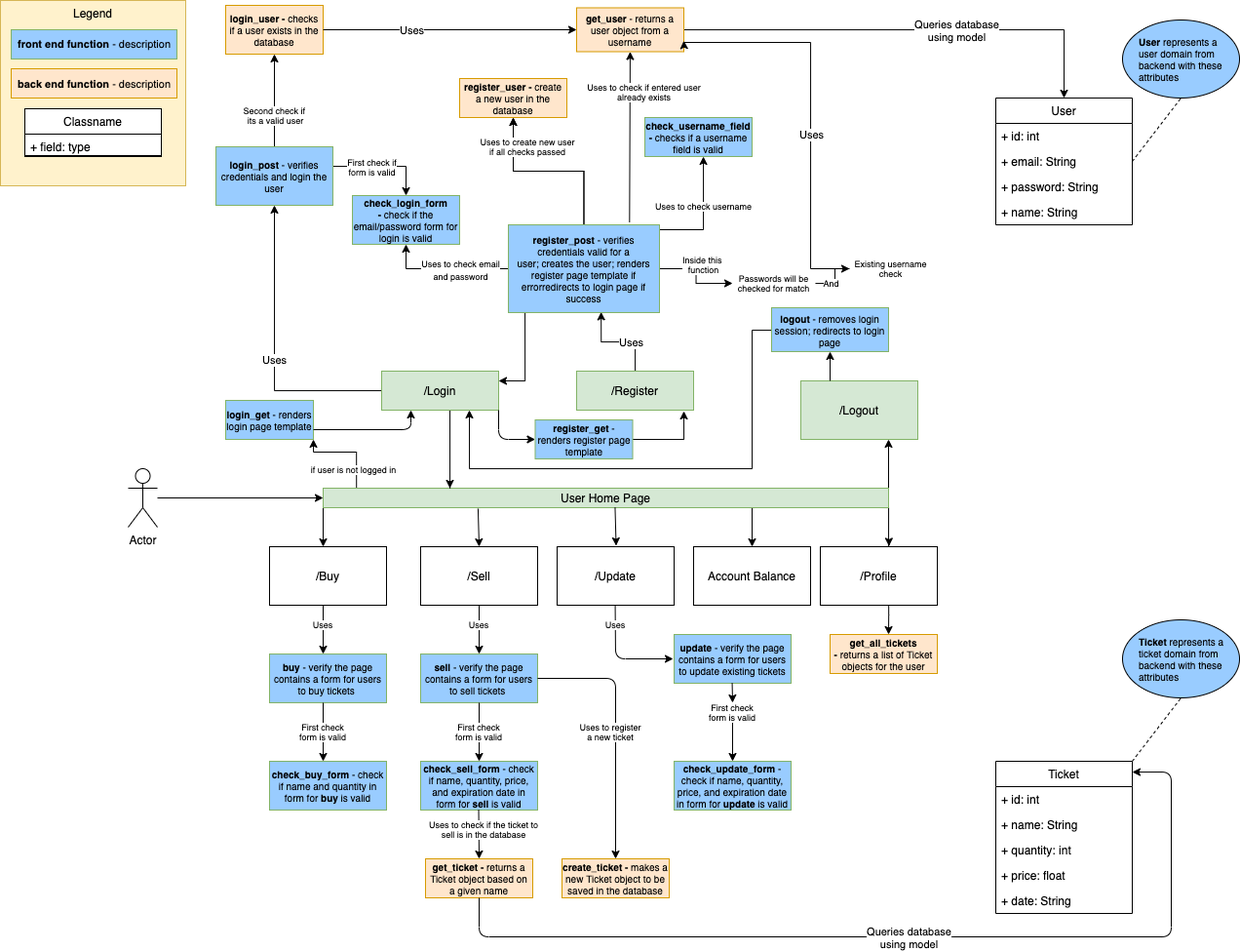
The draw.io diagram Design_Diagram.png in awebsters/SeetGeak-Quality-Assurance-Example, before a commit. Source tidied: cells renumbered, new cells last; positions are measured from the earlier drawing's top-left corner, leaving out a move shared by most shapes.
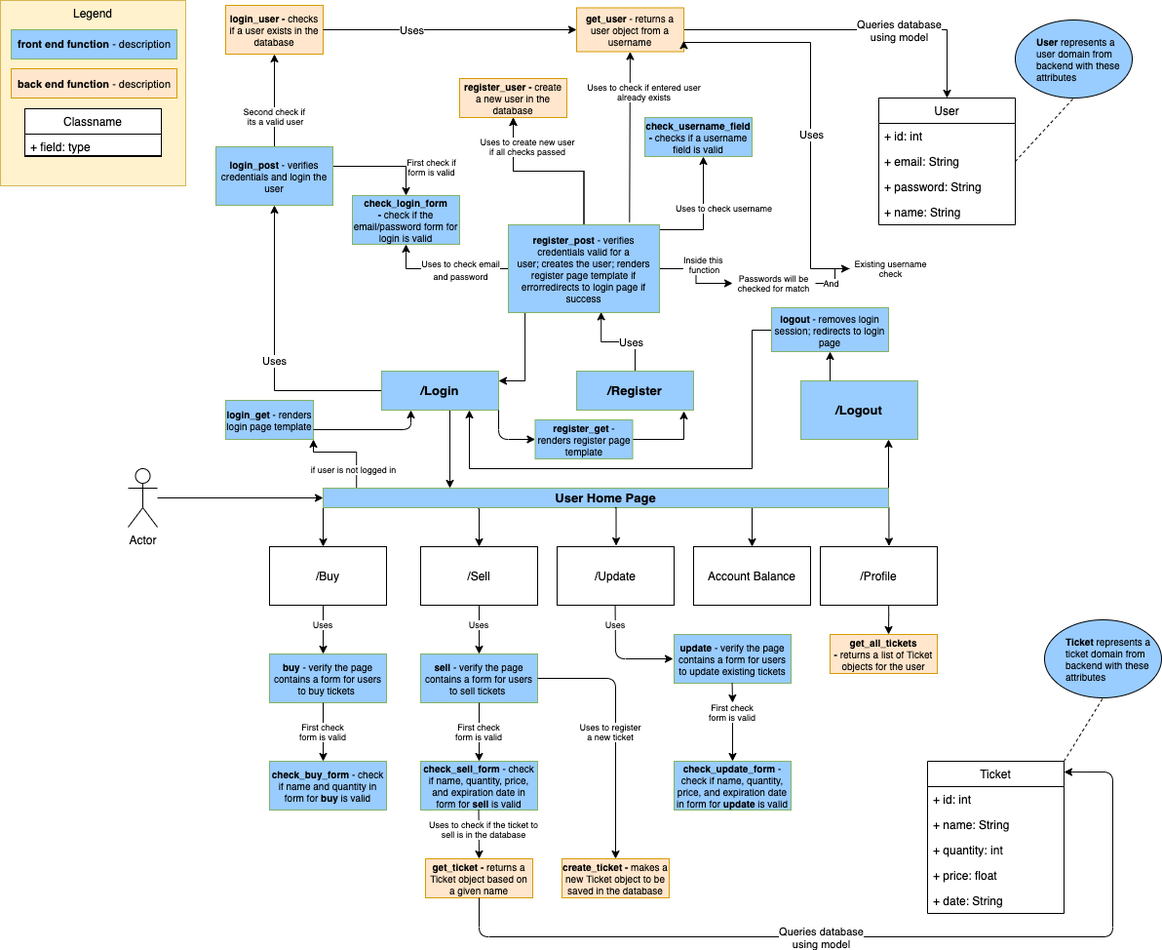
After the change.

Commit message:
Updated to reflect correct functions

Diff of the diagram source:
```diff
@@ -41,7 +41,7 @@
     <mxCell id="9" style="edgeStyle=orthogonalEdgeStyle;rounded=0;jettySize=auto;html=1;exitX=1;exitY=0;exitDx=0;exitDy=0;entryX=0.75;entryY=1;entryDx=0;entryDy=0;" parent="1" edge="1" source="10" target="21">
       <mxGeometry relative="1" as="geometry" />
     </mxCell>
-    <mxCell id="10" value="User Home Page" style="rounded=0;whiteSpace=wrap;html=1;fillColor=#d5e8d4;strokeColor=#82b366;" parent="1" vertex="1">
+    <mxCell id="10" value="&lt;font style=&quot;font-size: 13px&quot;&gt;&lt;b&gt;User Home Page&lt;/b&gt;&lt;/font&gt;" style="rounded=0;whiteSpace=wrap;html=1;strokeColor=#82b366;fillColor=#99CCFF;" parent="1" vertex="1">
       <mxGeometry x="331" y="500" width="580" height="20" as="geometry" />
     </mxCell>
     <mxCell id="11" style="edgeStyle=orthogonalEdgeStyle;rounded=0;jettySize=auto;html=1;exitX=0.75;exitY=1;exitDx=0;exitDy=0;" parent="1" edge="1" source="15">
@@ -62,7 +62,7 @@
     <mxCell id="14" value="Uses" style="edgeLabel;html=1;align=center;verticalAlign=middle;" parent="13" vertex="1">
       <mxGeometry x="-0.06" y="1" relative="1" as="geometry" />
     </mxCell>
-    <mxCell id="15" value="/Login" style="rounded=0;whiteSpace=wrap;html=1;fillColor=#d5e8d4;strokeColor=#82b366;" parent="1" vertex="1">
+    <mxCell id="15" value="&lt;font style=&quot;font-size: 13px&quot;&gt;&lt;b&gt;/Login&lt;/b&gt;&lt;/font&gt;" style="rounded=0;whiteSpace=wrap;html=1;strokeColor=#82b366;fillColor=#99CCFF;" parent="1" vertex="1">
       <mxGeometry x="391" y="380" width="120" height="40" as="geometry" />
     </mxCell>
     <mxCell id="16" style="edgeStyle=orthogonalEdgeStyle;rounded=0;jettySize=auto;html=1;exitX=0.11;exitY=0.989;exitDx=0;exitDy=0;entryX=1;entryY=0.25;entryDx=0;entryDy=0;exitPerimeter=0;" parent="1" edge="1" source="61" target="15">
@@ -76,7 +76,7 @@
         <mxPoint x="1" as="offset" />
       </mxGeometry>
     </mxCell>
-    <mxCell id="19" value="/Register" style="rounded=0;whiteSpace=wrap;html=1;fillColor=#d5e8d4;strokeColor=#82b366;" parent="1" vertex="1">
+    <mxCell id="19" value="&lt;font style=&quot;font-size: 13px&quot;&gt;&lt;b&gt;/Register&lt;/b&gt;&lt;/font&gt;" style="rounded=0;whiteSpace=wrap;html=1;strokeColor=#82b366;fillColor=#99CCFF;" parent="1" vertex="1">
       <mxGeometry x="591" y="380" width="120" height="40" as="geometry" />
     </mxCell>
     <mxCell id="20" style="edgeStyle=orthogonalEdgeStyle;rounded=0;jettySize=auto;html=1;entryX=0.75;entryY=1;entryDx=0;entryDy=0;exitX=0;exitY=0.5;exitDx=0;exitDy=0;" parent="1" edge="1" source="76" target="15">
@@ -91,7 +91,7 @@
         </Array>
       </mxGeometry>
     </mxCell>
-    <mxCell id="21" value="/Logout" style="rounded=0;whiteSpace=wrap;html=1;fillColor=#d5e8d4;strokeColor=#82b366;" parent="1" vertex="1">
+    <mxCell id="21" value="&lt;font style=&quot;font-size: 13px&quot;&gt;&lt;b&gt;/Logout&lt;/b&gt;&lt;/font&gt;" style="rounded=0;whiteSpace=wrap;html=1;strokeColor=#82b366;fillColor=#99CCFF;" parent="1" vertex="1">
       <mxGeometry x="821" y="390" width="120" height="60" as="geometry" />
     </mxCell>
     <mxCell id="22" value="/Buy" style="rounded=0;whiteSpace=wrap;html=1;" parent="1" vertex="1">
@@ -133,13 +133,13 @@
     <mxCell id="31" style="edgeStyle=orthogonalEdgeStyle;rounded=0;jettySize=auto;html=1;entryX=0.5;entryY=0;entryDx=0;entryDy=0;" parent="1" edge="1" source="40" target="35">
       <mxGeometry relative="1" as="geometry">
         <Array as="points">
-          <mxPoint x="1091" y="30" />
+          <mxPoint x="971" y="30" />
         </Array>
       </mxGeometry>
     </mxCell>
     <mxCell id="32" value="Queries database&lt;br&gt;using model" style="edgeLabel;html=1;align=center;verticalAlign=middle;" parent="31" vertex="1">
       <mxGeometry x="-0.28" y="4" relative="1" as="geometry">
-        <mxPoint x="114.8" y="4" as="offset" />
+        <mxPoint x="98" y="4" as="offset" />
       </mxGeometry>
     </mxCell>
     <mxCell id="33" value="&lt;b&gt;login_user -&amp;nbsp;&lt;/b&gt;checks if a user exists in the database" style="rounded=0;whiteSpace=wrap;html=1;fillColor=#ffe6cc;strokeColor=#d79b00;fontSize=10;" parent="1" vertex="1">
@@ -149,7 +149,7 @@
       <mxGeometry x="361" y="200" width="110" height="50" as="geometry" />
     </mxCell>
     <mxCell id="35" value="User" style="swimlane;fontStyle=0;horizontal=1;startSize=26;fillColor=none;" parent="1" vertex="1">
-      <mxGeometry x="1021" y="100" width="140" height="130" as="geometry" />
+      <mxGeometry x="901" y="100" width="140" height="130" as="geometry" />
     </mxCell>
     <mxCell id="36" value="+ id: int" style="text;strokeColor=none;fillColor=none;align=left;verticalAlign=top;spacingLeft=4;spacingRight=4;overflow=hidden;" parent="35" vertex="1">
       <mxGeometry y="26" width="140" height="26" as="geometry" />
@@ -175,7 +175,7 @@
       </mxGeometry>
     </mxCell>
     <mxCell id="43" value="Ticket" style="swimlane;fontStyle=0;horizontal=1;startSize=26;fillColor=none;" parent="1" vertex="1">
-      <mxGeometry x="1021" y="780" width="140" height="156" as="geometry" />
+      <mxGeometry x="951" y="780" width="140" height="156" as="geometry" />
     </mxCell>
     <mxCell id="44" value="+ id: int" style="text;strokeColor=none;fillColor=none;align=left;verticalAlign=top;spacingLeft=4;spacingRight=4;overflow=hidden;" parent="43" vertex="1">
       <mxGeometry y="26" width="140" height="26" as="geometry" />
@@ -329,10 +329,10 @@
       <mxGeometry x="491" y="140" width="100" height="20" as="geometry" />
     </mxCell>
     <mxCell id="82" style="ellipse;whiteSpace=wrap;html=1;labelBackgroundColor=#ffffff;fillColor=#99CCFF;fontSize=10;" parent="1" vertex="1">
-      <mxGeometry x="1151" y="20" width="120" height="80" as="geometry" />
+      <mxGeometry x="1041" y="20" width="120" height="80" as="geometry" />
     </mxCell>
     <mxCell id="83" value="&lt;b&gt;User&lt;/b&gt; represents a user domain from backend with these attributes" style="text;html=1;strokeColor=none;fillColor=none;align=left;verticalAlign=middle;whiteSpace=wrap;rounded=0;labelBackgroundColor=none;fontSize=10;" parent="1" vertex="1">
-      <mxGeometry x="1166" y="40" width="90" height="40" as="geometry" />
+      <mxGeometry x="1061" y="40" width="90" height="40" as="geometry" />
     </mxCell>
     <mxCell id="84" value="if user is not logged in" style="edgeLabel;html=1;align=center;verticalAlign=middle;fontSize=9;" parent="1" vertex="1">
       <mxGeometry x="361" y="480" as="geometry" />
@@ -459,24 +459,22 @@
       <mxGeometry relative="1" as="geometry">
         <Array as="points">
           <mxPoint x="491" y="960" />
-          <mxPoint x="1201" y="960" />
-          <mxPoint x="1201" y="791" />
+          <mxPoint x="1141" y="960" />
+          <mxPoint x="1141" y="791" />
         </Array>
       </mxGeometry>
     </mxCell>
     <mxCell id="115" value="Queries database&lt;br&gt;using model" style="edgeLabel;html=1;align=center;verticalAlign=middle;" parent="1" vertex="1">
-      <mxGeometry x="931" y="960" as="geometry" />
+      <mxGeometry x="841" y="960" as="geometry" />
     </mxCell>
-    <mxCell id="116" style="endArrow=none;dashed=1;html=1;fontSize=10;exitX=1;exitY=0.5;exitDx=0;exitDy=0;entryX=0.5;entryY=1;entryDx=0;entryDy=0;" parent="1" edge="1" target="117">
-      <mxGeometry relative="1" as="geometry">
-        <mxPoint x="1161" y="780" as="sourcePoint" />
-      </mxGeometry>
+    <mxCell id="116" style="endArrow=none;dashed=1;html=1;fontSize=10;exitX=1;exitY=0;exitDx=0;exitDy=0;entryX=0.5;entryY=1;entryDx=0;entryDy=0;" parent="1" edge="1" source="43" target="117">
+      <mxGeometry relative="1" as="geometry" />
     </mxCell>
     <mxCell id="117" style="ellipse;whiteSpace=wrap;html=1;labelBackgroundColor=#ffffff;fillColor=#99CCFF;fontSize=10;" parent="1" vertex="1">
-      <mxGeometry x="1151" y="635" width="120" height="80" as="geometry" />
+      <mxGeometry x="1071" y="635" width="120" height="80" as="geometry" />
     </mxCell>
     <mxCell id="118" value="&lt;b&gt;Ticket&lt;/b&gt; represents a ticket domain from backend with these attributes" style="text;html=1;strokeColor=none;fillColor=none;align=left;verticalAlign=middle;whiteSpace=wrap;rounded=0;labelBackgroundColor=none;fontSize=10;" parent="1" vertex="1">
-      <mxGeometry x="1166" y="655" width="90" height="40" as="geometry" />
+      <mxGeometry x="1091" y="655" width="90" height="40" as="geometry" />
     </mxCell>
   </root>
 </mxGraphModel>
```
